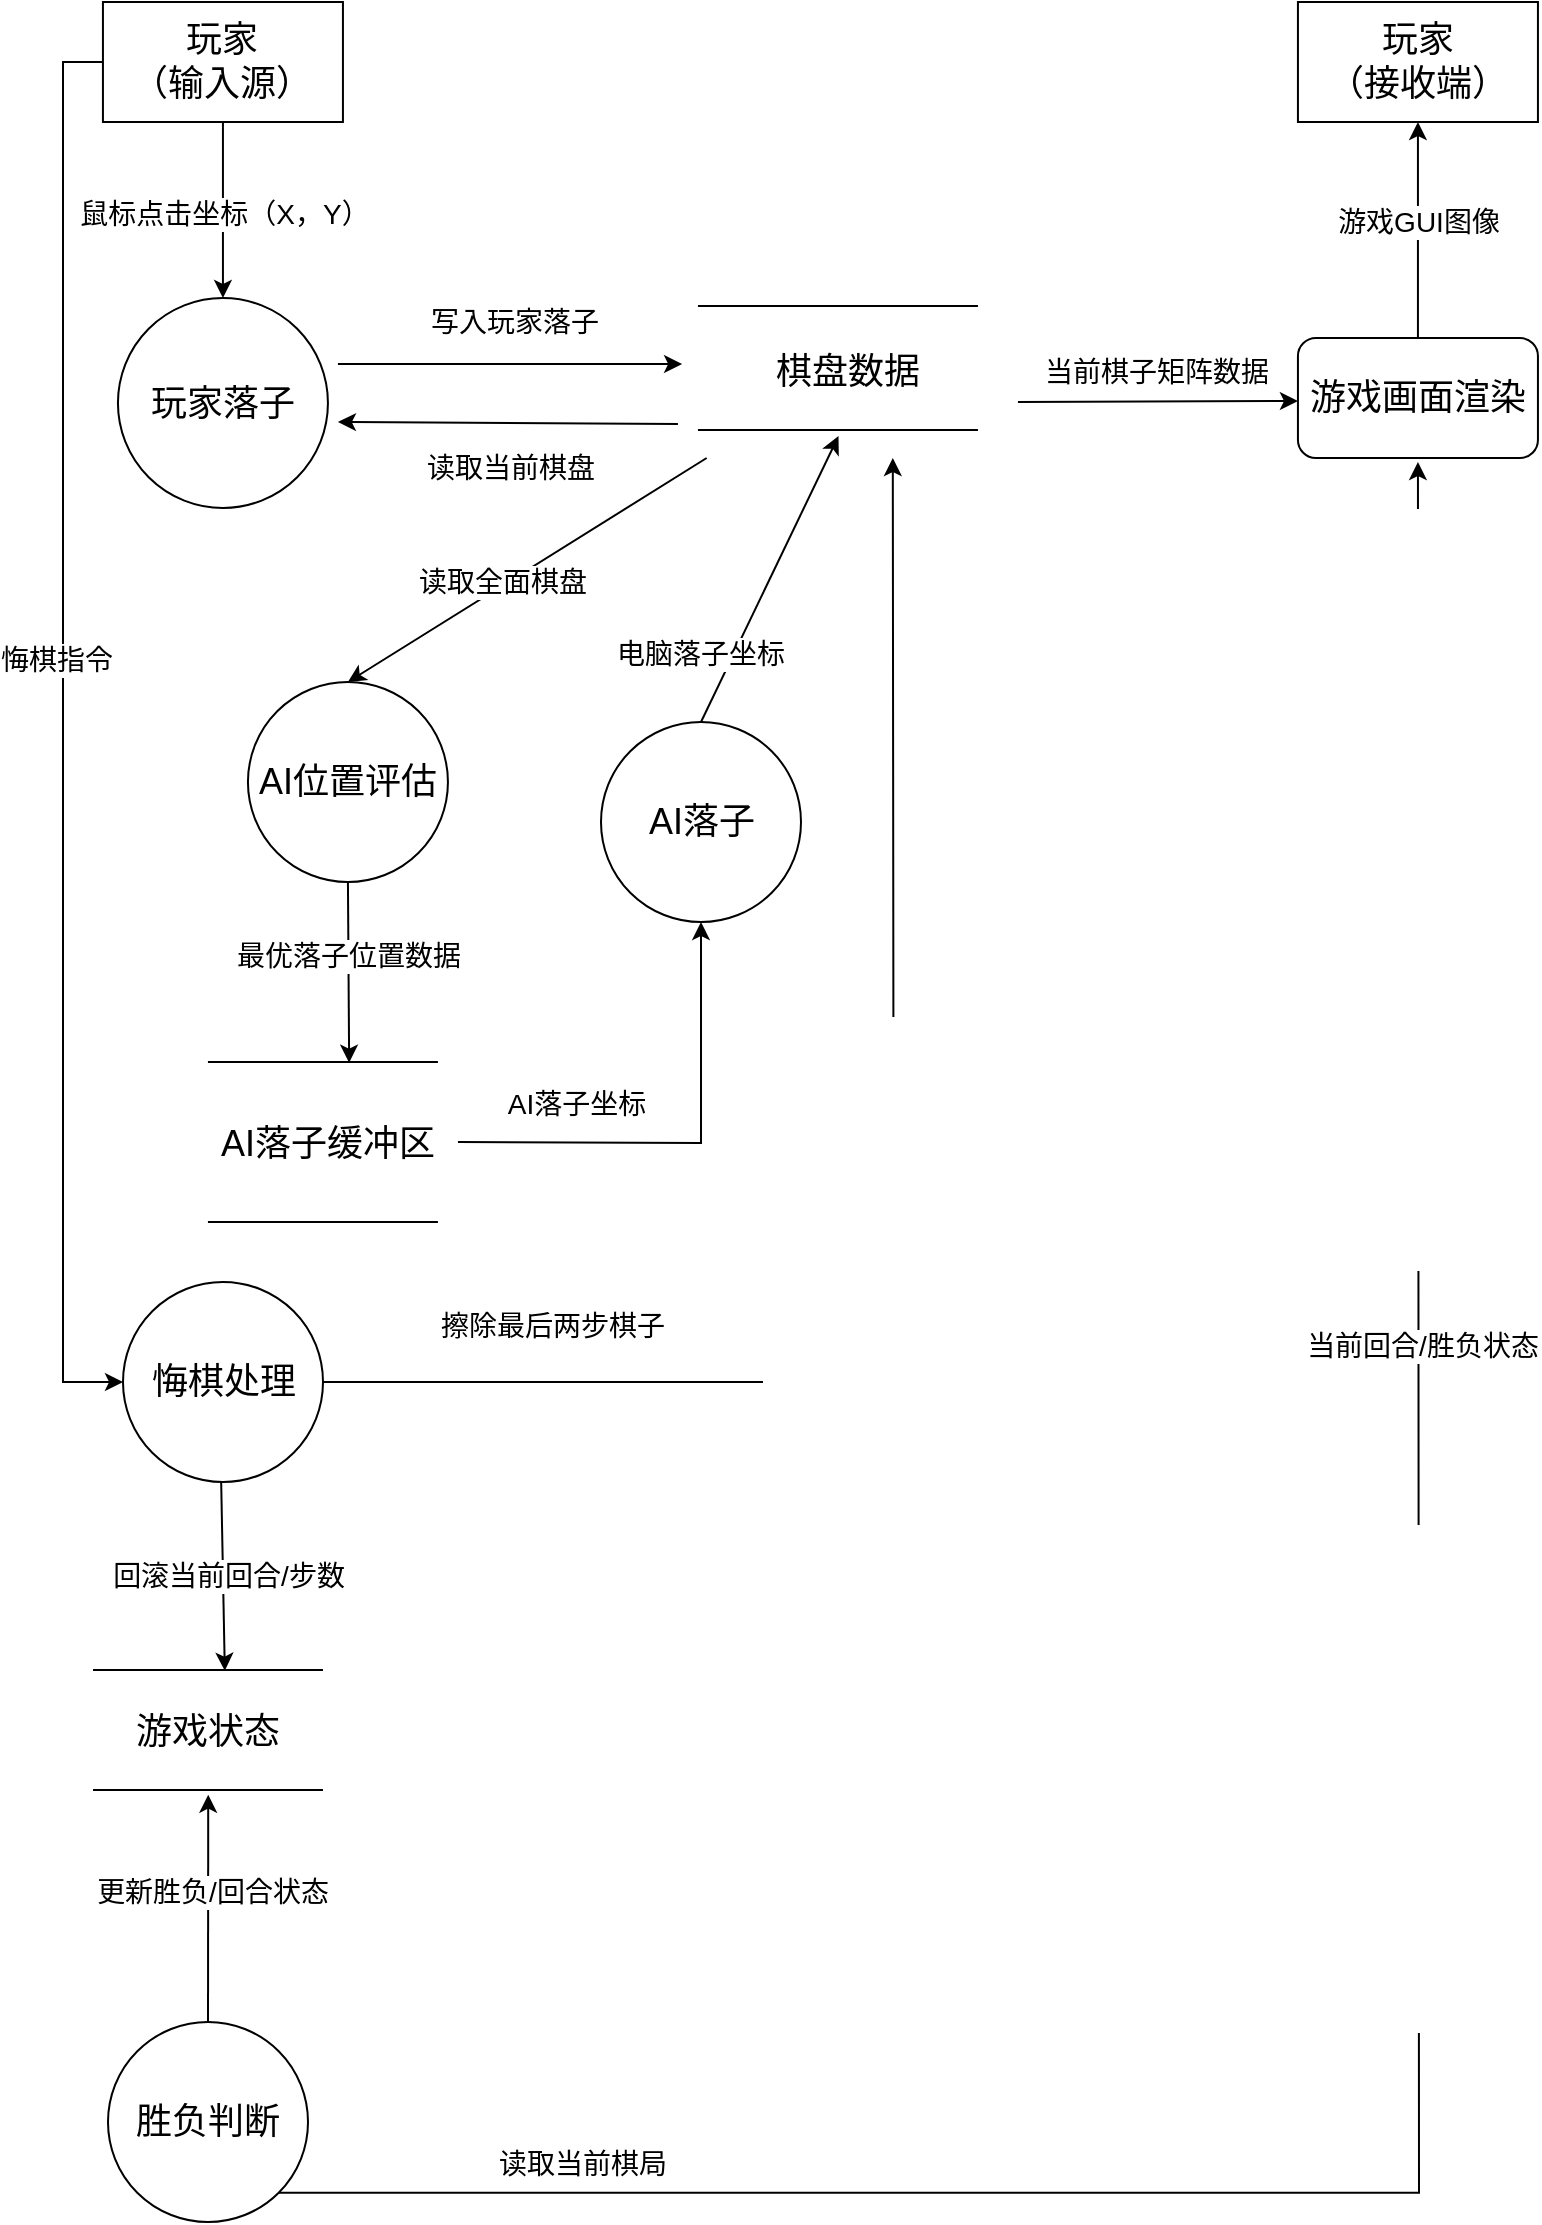
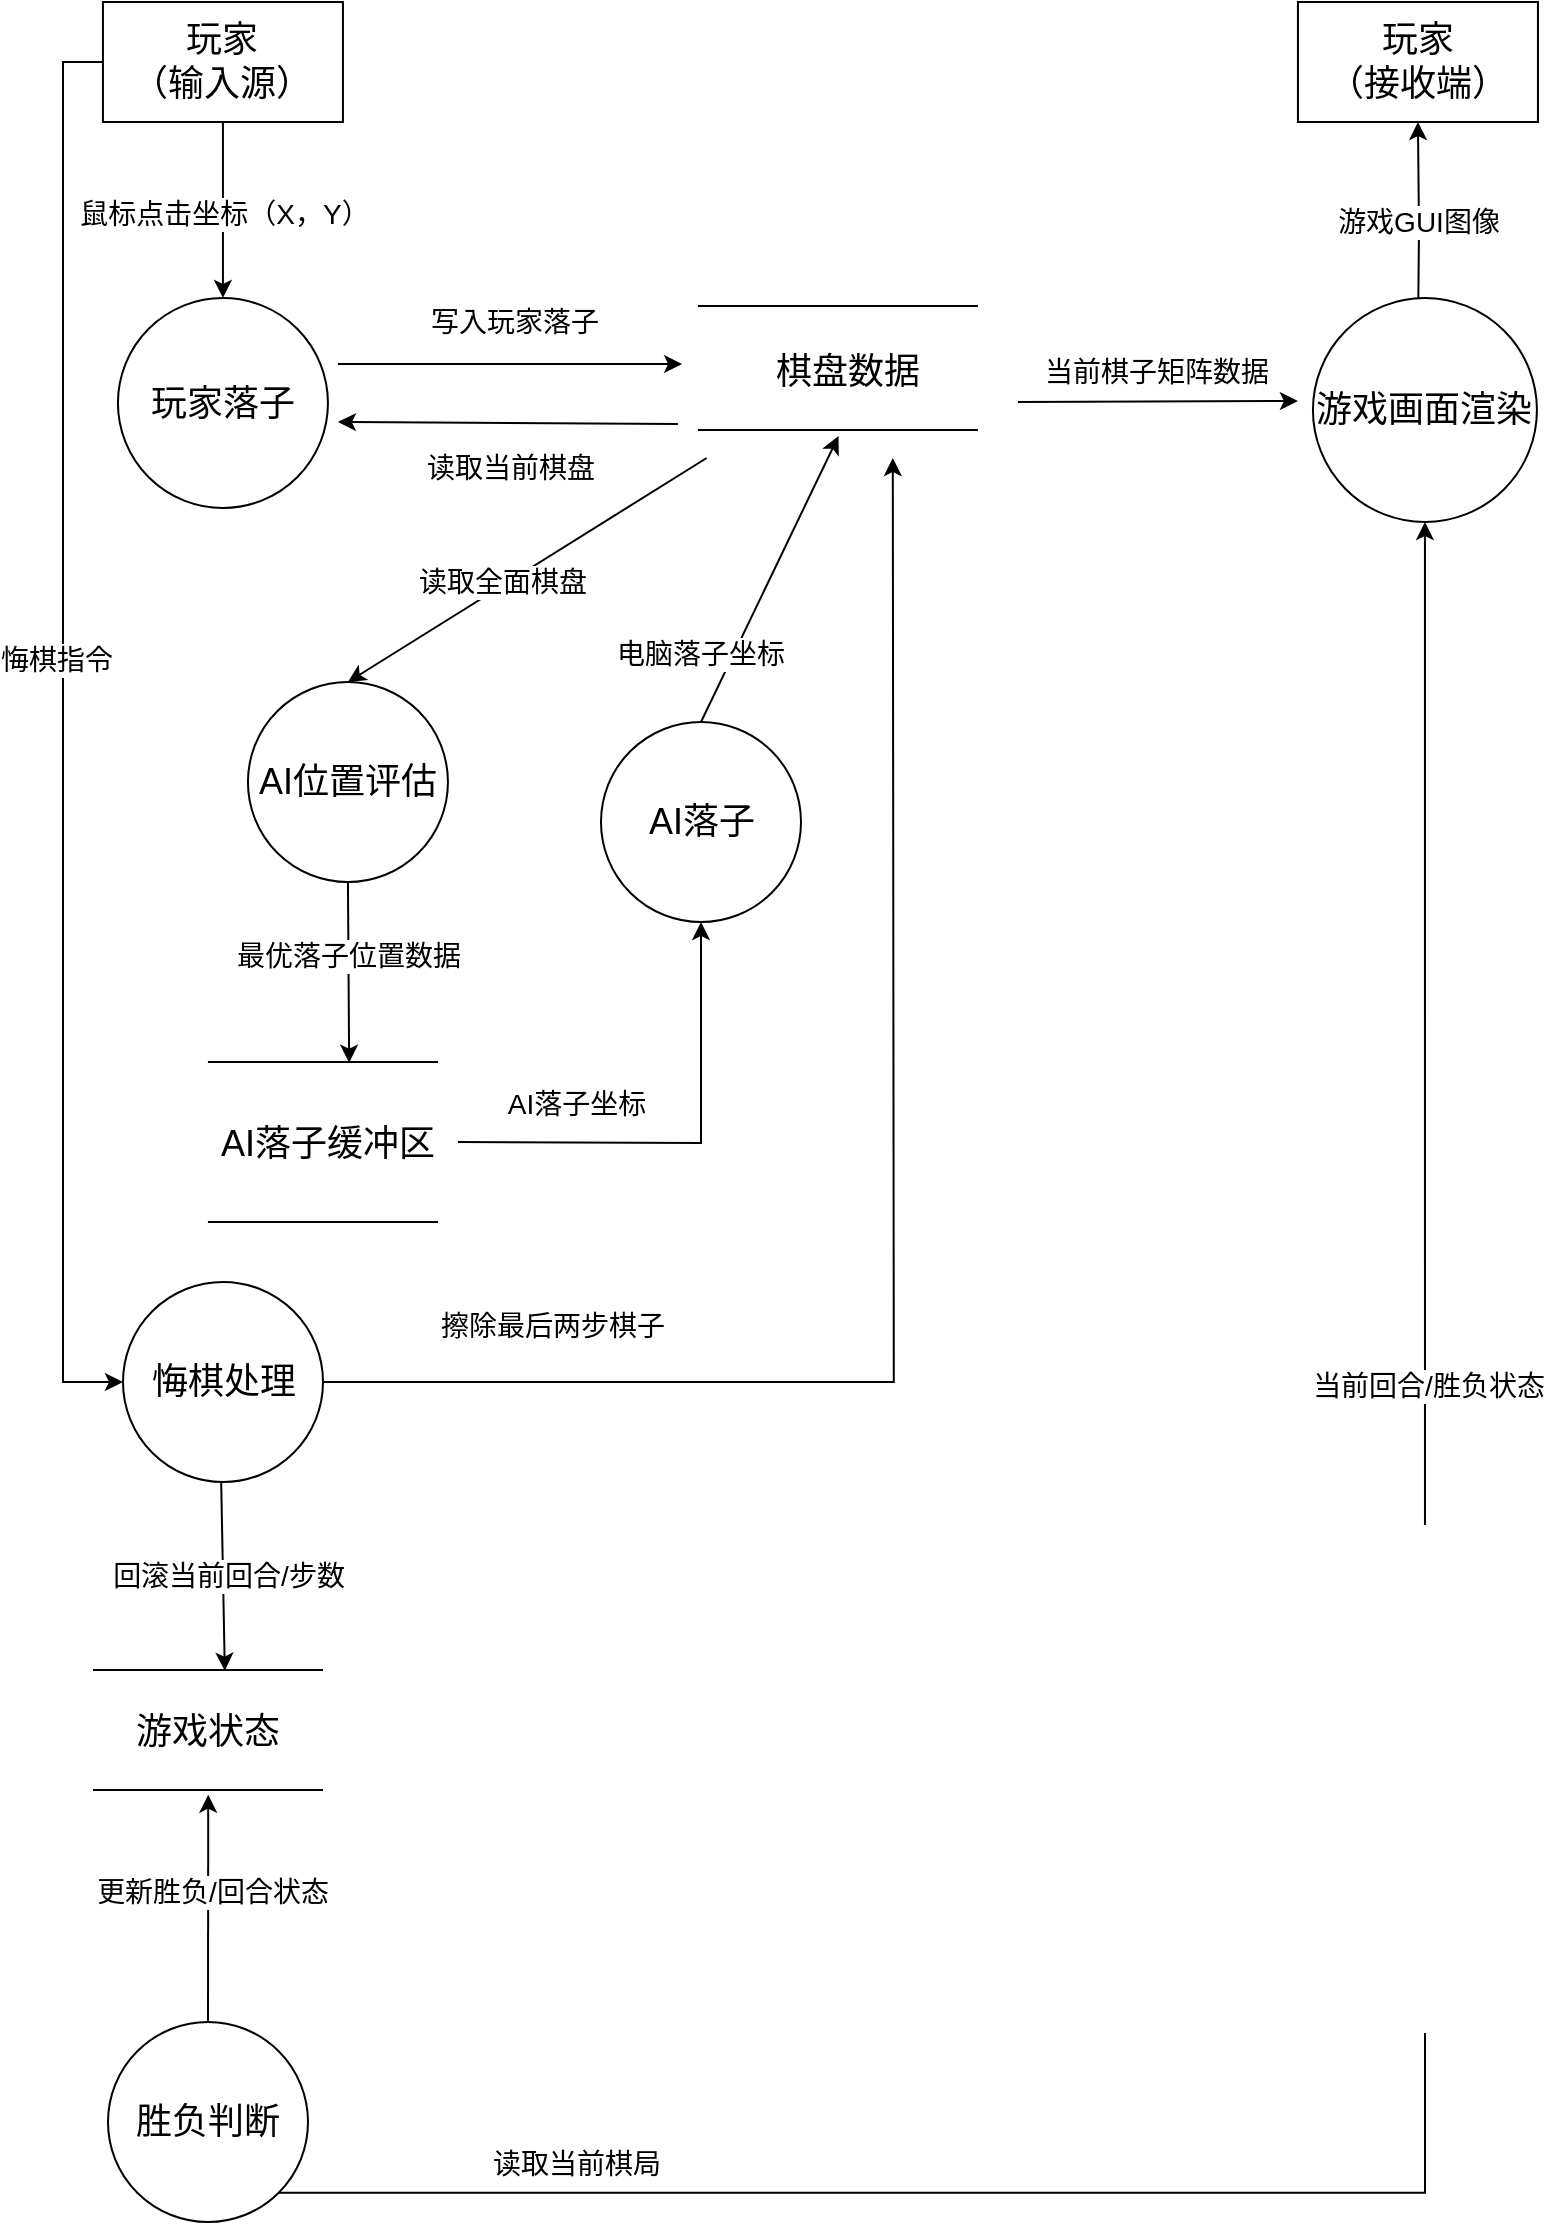
<mxfile host="app.diagrams.net">
  <diagram name="Page-1" id="hryGj0KzSXnJhMcqTr9-">
    <mxGraphModel dx="1201" dy="825" grid="1" gridSize="10" guides="1" tooltips="1" connect="1" arrows="1" fold="1" page="1" pageScale="1" pageWidth="827" pageHeight="1169" math="0" shadow="0">
      <root>
        <mxCell id="0" />
        <mxCell id="1" parent="0" />
        <mxCell id="fDHwApNMCYBN-XmplwMt-11" edge="1" parent="1" source="fDHwApNMCYBN-XmplwMt-3" style="edgeStyle=orthogonalEdgeStyle;rounded=0;orthogonalLoop=1;jettySize=auto;html=1;exitX=0.5;exitY=1;exitDx=0;exitDy=0;entryX=0.5;entryY=0;entryDx=0;entryDy=0;" target="SoA14i47H3jGXmkj97EN-22">
          <mxGeometry relative="1" as="geometry">
            <mxPoint x="93.97" y="200" as="targetPoint" />
          </mxGeometry>
        </mxCell>
        <mxCell id="fDHwApNMCYBN-XmplwMt-12" connectable="0" parent="fDHwApNMCYBN-XmplwMt-11" style="edgeLabel;html=1;align=center;verticalAlign=middle;resizable=0;points=[];" value="&lt;font style=&quot;font-size: 14px;&quot;&gt;鼠标点击坐标（X，Y）&lt;/font&gt;" vertex="1">
          <mxGeometry relative="1" x="0.0364" as="geometry">
            <mxPoint as="offset" />
          </mxGeometry>
        </mxCell>
        <mxCell id="SoA14i47H3jGXmkj97EN-53" edge="1" parent="1" source="fDHwApNMCYBN-XmplwMt-3" style="edgeStyle=orthogonalEdgeStyle;rounded=0;orthogonalLoop=1;jettySize=auto;html=1;exitX=0;exitY=0.5;exitDx=0;exitDy=0;entryX=0;entryY=0.5;entryDx=0;entryDy=0;" target="SoA14i47H3jGXmkj97EN-41">
          <mxGeometry relative="1" as="geometry" />
        </mxCell>
        <mxCell id="SoA14i47H3jGXmkj97EN-54" connectable="0" parent="SoA14i47H3jGXmkj97EN-53" style="edgeLabel;html=1;align=center;verticalAlign=middle;resizable=0;points=[];" value="&lt;font style=&quot;font-size: 14px;&quot;&gt;悔棋指令&lt;/font&gt;" vertex="1">
          <mxGeometry relative="1" x="-0.1018" y="-4" as="geometry">
            <mxPoint as="offset" />
          </mxGeometry>
        </mxCell>
        <mxCell id="fDHwApNMCYBN-XmplwMt-3" parent="1" style="rounded=0;whiteSpace=wrap;html=1;" value="&lt;font style=&quot;font-size: 18px;&quot;&gt;玩家&lt;/font&gt;&lt;div&gt;&lt;font style=&quot;font-size: 18px;&quot;&gt;（输入源）&lt;/font&gt;&lt;/div&gt;" vertex="1">
          <mxGeometry height="60" width="120" x="66.47" y="30" as="geometry" />
        </mxCell>
-         <mxCell id="SoA14i47H3jGXmkj97EN-37" edge="1" parent="1" source="fDHwApNMCYBN-XmplwMt-9" style="edgeStyle=orthogonalEdgeStyle;rounded=0;orthogonalLoop=1;jettySize=auto;html=1;exitX=0.5;exitY=0;exitDx=0;exitDy=0;entryX=0.5;entryY=1;entryDx=0;entryDy=0;" target="fDHwApNMCYBN-XmplwMt-10">
-           <mxGeometry relative="1" as="geometry" />
+         <mxCell id="SoA14i47H3jGXmkj97EN-37" edge="1" parent="1" style="edgeStyle=orthogonalEdgeStyle;rounded=0;orthogonalLoop=1;jettySize=auto;html=1;exitX=0.5;exitY=0;exitDx=0;exitDy=0;entryX=0.5;entryY=1;entryDx=0;entryDy=0;" target="fDHwApNMCYBN-XmplwMt-10">
+           <mxGeometry relative="1" as="geometry">
+             <mxPoint x="723.97" y="198" as="sourcePoint" />
+           </mxGeometry>
        </mxCell>
        <mxCell id="SoA14i47H3jGXmkj97EN-38" connectable="0" parent="SoA14i47H3jGXmkj97EN-37" style="edgeLabel;html=1;align=center;verticalAlign=middle;resizable=0;points=[];" value="&lt;font style=&quot;font-size: 14px;&quot;&gt;游戏GUI图像&lt;/font&gt;" vertex="1">
          <mxGeometry relative="1" x="0.0741" as="geometry">
            <mxPoint as="offset" />
          </mxGeometry>
-         </mxCell>
-         <mxCell id="fDHwApNMCYBN-XmplwMt-9" parent="1" style="rounded=1;whiteSpace=wrap;html=1;" value="&lt;font style=&quot;font-size: 18px;&quot;&gt;游戏画面渲染&lt;/font&gt;" vertex="1">
-           <mxGeometry height="60" width="120" x="663.97" y="198" as="geometry" />
        </mxCell>
        <mxCell id="fDHwApNMCYBN-XmplwMt-10" parent="1" style="rounded=0;whiteSpace=wrap;html=1;" value="&lt;span style=&quot;font-size: 18px;&quot;&gt;玩家&lt;/span&gt;&lt;div&gt;&lt;span style=&quot;font-size: 18px;&quot;&gt;（接收端）&lt;/span&gt;&lt;/div&gt;" vertex="1">
          <mxGeometry height="60" width="120" x="663.97" y="30" as="geometry" />
        </mxCell>
        <mxCell id="SoA14i47H3jGXmkj97EN-10" edge="1" parent="1" style="endArrow=classic;html=1;rounded=0;entryX=0.013;entryY=0.14;entryDx=0;entryDy=0;entryPerimeter=0;" value="">
          <mxGeometry height="50" relative="1" width="50" as="geometry">
            <mxPoint x="183.97" y="211" as="sourcePoint" />
            <mxPoint x="356.037" y="211" as="targetPoint" />
          </mxGeometry>
        </mxCell>
        <mxCell id="SoA14i47H3jGXmkj97EN-11" connectable="0" parent="SoA14i47H3jGXmkj97EN-10" style="edgeLabel;html=1;align=center;verticalAlign=middle;resizable=0;points=[];" value="&lt;font style=&quot;font-size: 14px;&quot;&gt;写入玩家落子&lt;/font&gt;" vertex="1">
          <mxGeometry relative="1" x="0.0202" y="1" as="geometry">
            <mxPoint y="-20" as="offset" />
          </mxGeometry>
        </mxCell>
        <mxCell id="SoA14i47H3jGXmkj97EN-12" edge="1" parent="1" style="endArrow=classic;html=1;rounded=0;exitX=0.925;exitY=0;exitDx=0;exitDy=0;exitPerimeter=0;" value="">
          <mxGeometry height="50" relative="1" width="50" as="geometry">
            <mxPoint x="353.96999999999997" y="241" as="sourcePoint" />
            <mxPoint x="183.97" y="240" as="targetPoint" />
          </mxGeometry>
        </mxCell>
        <mxCell id="SoA14i47H3jGXmkj97EN-13" connectable="0" parent="SoA14i47H3jGXmkj97EN-12" style="edgeLabel;html=1;align=center;verticalAlign=middle;resizable=0;points=[];" value="&lt;font style=&quot;font-size: 14px;&quot;&gt;读取当前棋盘&lt;/font&gt;&lt;div&gt;&lt;font style=&quot;font-size: 14px;&quot;&gt;&lt;br&gt;&lt;/font&gt;&lt;/div&gt;" vertex="1">
          <mxGeometry relative="1" x="0.0202" y="1" as="geometry">
            <mxPoint x="2" y="29" as="offset" />
          </mxGeometry>
        </mxCell>
        <mxCell id="SoA14i47H3jGXmkj97EN-14" edge="1" parent="1" style="endArrow=classic;html=1;rounded=0;exitX=0.355;exitY=0.958;exitDx=0;exitDy=0;exitPerimeter=0;entryX=0.5;entryY=0;entryDx=0;entryDy=0;" target="SoA14i47H3jGXmkj97EN-23" value="">
          <mxGeometry height="50" relative="1" width="50" as="geometry">
            <mxPoint x="368.3400000000001" y="258.00399999999996" as="sourcePoint" />
            <mxPoint x="178.5" y="370" as="targetPoint" />
          </mxGeometry>
        </mxCell>
        <mxCell id="SoA14i47H3jGXmkj97EN-15" connectable="0" parent="SoA14i47H3jGXmkj97EN-14" style="edgeLabel;html=1;align=center;verticalAlign=middle;resizable=0;points=[];" value="&lt;font style=&quot;font-size: 14px;&quot;&gt;读取全面棋盘&lt;/font&gt;" vertex="1">
          <mxGeometry relative="1" x="-0.1782" as="geometry">
            <mxPoint x="-29" y="16" as="offset" />
          </mxGeometry>
        </mxCell>
        <mxCell id="SoA14i47H3jGXmkj97EN-16" edge="1" parent="1" style="endArrow=classic;html=1;rounded=0;entryX=0.013;entryY=0.14;entryDx=0;entryDy=0;entryPerimeter=0;" value="">
          <mxGeometry height="50" relative="1" width="50" as="geometry">
            <mxPoint x="523.97" y="230" as="sourcePoint" />
            <mxPoint x="663.9670000000001" y="229.5" as="targetPoint" />
          </mxGeometry>
        </mxCell>
        <mxCell id="SoA14i47H3jGXmkj97EN-17" connectable="0" parent="SoA14i47H3jGXmkj97EN-16" style="edgeLabel;html=1;align=center;verticalAlign=middle;resizable=0;points=[];" value="&lt;span style=&quot;font-size: 14px;&quot;&gt;当前棋子矩阵数据&lt;/span&gt;" vertex="1">
          <mxGeometry relative="1" x="0.0202" y="1" as="geometry">
            <mxPoint x="-3" y="-14" as="offset" />
          </mxGeometry>
        </mxCell>
        <mxCell id="SoA14i47H3jGXmkj97EN-22" parent="1" style="ellipse;whiteSpace=wrap;html=1;aspect=fixed;" value="&lt;font style=&quot;font-size: 18px;&quot;&gt;玩家落子&lt;/font&gt;" vertex="1">
          <mxGeometry height="105" width="105" x="73.97" y="178" as="geometry" />
        </mxCell>
        <mxCell id="SoA14i47H3jGXmkj97EN-23" parent="1" style="ellipse;whiteSpace=wrap;html=1;aspect=fixed;" value="&lt;font style=&quot;font-size: 18px;&quot;&gt;AI位置评估&lt;/font&gt;" vertex="1">
          <mxGeometry height="100" width="100" x="138.97" y="370" as="geometry" />
        </mxCell>
        <mxCell id="SoA14i47H3jGXmkj97EN-24" parent="1" style="ellipse;whiteSpace=wrap;html=1;aspect=fixed;" value="&lt;font style=&quot;font-size: 18px;&quot;&gt;AI落子&lt;/font&gt;" vertex="1">
          <mxGeometry height="100" width="100" x="315.5" y="390" as="geometry" />
        </mxCell>
-         <mxCell id="SoA14i47H3jGXmkj97EN-39" edge="1" parent="1" source="SoA14i47H3jGXmkj97EN-25" style="edgeStyle=orthogonalEdgeStyle;rounded=0;orthogonalLoop=1;jettySize=auto;html=1;exitX=1;exitY=1;exitDx=0;exitDy=0;">
+         <mxCell id="SoA14i47H3jGXmkj97EN-39" edge="1" parent="1" source="SoA14i47H3jGXmkj97EN-25" style="edgeStyle=orthogonalEdgeStyle;rounded=0;orthogonalLoop=1;jettySize=auto;html=1;exitX=1;exitY=1;exitDx=0;exitDy=0;entryX=0.5;entryY=1;entryDx=0;entryDy=0;" target="SoA14i47H3jGXmkj97EN-64">
          <mxGeometry relative="1" as="geometry">
            <mxPoint x="723.97" y="260" as="targetPoint" />
          </mxGeometry>
        </mxCell>
        <mxCell id="SoA14i47H3jGXmkj97EN-40" connectable="0" parent="SoA14i47H3jGXmkj97EN-39" style="edgeLabel;html=1;align=center;verticalAlign=middle;resizable=0;points=[];" value="&lt;font style=&quot;font-size: 14px;&quot;&gt;当前回合/胜负状态&lt;/font&gt;" vertex="1">
          <mxGeometry relative="1" x="0.2828" y="-1" as="geometry">
            <mxPoint y="-73" as="offset" />
          </mxGeometry>
        </mxCell>
        <mxCell id="SoA14i47H3jGXmkj97EN-52" connectable="0" parent="SoA14i47H3jGXmkj97EN-39" style="edgeLabel;html=1;align=center;verticalAlign=middle;resizable=0;points=[];" value="&lt;font style=&quot;font-size: 14px;&quot;&gt;读取当前棋局&lt;/font&gt;" vertex="1">
          <mxGeometry relative="1" x="-0.7892" y="-2" as="geometry">
            <mxPoint y="-17" as="offset" />
          </mxGeometry>
        </mxCell>
        <mxCell id="SoA14i47H3jGXmkj97EN-60" edge="1" parent="1" source="SoA14i47H3jGXmkj97EN-25" style="rounded=0;orthogonalLoop=1;jettySize=auto;html=1;exitX=0.5;exitY=0;exitDx=0;exitDy=0;entryX=0.501;entryY=0.792;entryDx=0;entryDy=0;entryPerimeter=0;" target="SoA14i47H3jGXmkj97EN-50">
          <mxGeometry relative="1" as="geometry">
            <mxPoint x="501.5" y="930" as="targetPoint" />
          </mxGeometry>
        </mxCell>
        <mxCell id="SoA14i47H3jGXmkj97EN-61" connectable="0" parent="SoA14i47H3jGXmkj97EN-60" style="edgeLabel;html=1;align=center;verticalAlign=middle;resizable=0;points=[];" value="&lt;font style=&quot;font-size: 14px;&quot;&gt;更新胜负/回合状态&lt;/font&gt;" vertex="1">
          <mxGeometry relative="1" x="-0.1486" y="-2" as="geometry">
            <mxPoint y="-17" as="offset" />
          </mxGeometry>
        </mxCell>
        <mxCell id="SoA14i47H3jGXmkj97EN-25" parent="1" style="ellipse;whiteSpace=wrap;html=1;aspect=fixed;" value="&lt;font style=&quot;font-size: 18px;&quot;&gt;胜负判断&lt;/font&gt;" vertex="1">
          <mxGeometry height="100" width="100" x="68.99999999999994" y="1040" as="geometry" />
        </mxCell>
        <mxCell id="SoA14i47H3jGXmkj97EN-27" parent="1" style="line;strokeWidth=1;fillColor=none;align=left;verticalAlign=middle;spacingTop=-1;spacingLeft=3;spacingRight=3;rotatable=0;labelPosition=right;points=[];portConstraint=eastwest;strokeColor=inherit;" value="" vertex="1">
          <mxGeometry height="8" width="140" x="363.96999999999997" y="178" as="geometry" />
        </mxCell>
        <mxCell id="SoA14i47H3jGXmkj97EN-28" parent="1" style="line;strokeWidth=1;fillColor=none;align=left;verticalAlign=middle;spacingTop=-1;spacingLeft=3;spacingRight=3;rotatable=0;labelPosition=right;points=[];portConstraint=eastwest;strokeColor=inherit;" value="" vertex="1">
          <mxGeometry height="8" width="140" x="363.96999999999997" y="240" as="geometry" />
        </mxCell>
        <mxCell id="SoA14i47H3jGXmkj97EN-29" parent="1" style="text;html=1;whiteSpace=wrap;strokeColor=none;fillColor=none;align=center;verticalAlign=middle;rounded=0;" value="&lt;font style=&quot;font-size: 18px;&quot;&gt;棋盘数据&lt;/font&gt;" vertex="1">
          <mxGeometry height="30" width="110" x="383.96999999999997" y="200" as="geometry" />
        </mxCell>
        <mxCell id="SoA14i47H3jGXmkj97EN-33" edge="1" parent="1" style="rounded=0;orthogonalLoop=1;jettySize=auto;html=1;entryX=0.5;entryY=1;entryDx=0;entryDy=0;edgeStyle=orthogonalEdgeStyle;" target="SoA14i47H3jGXmkj97EN-24">
          <mxGeometry relative="1" as="geometry">
            <mxPoint x="243.97" y="600" as="sourcePoint" />
          </mxGeometry>
        </mxCell>
        <mxCell id="SoA14i47H3jGXmkj97EN-34" connectable="0" parent="SoA14i47H3jGXmkj97EN-33" style="edgeLabel;html=1;align=center;verticalAlign=middle;resizable=0;points=[];" value="&lt;font style=&quot;font-size: 14px;&quot;&gt;AI落子坐标&lt;/font&gt;" vertex="1">
          <mxGeometry relative="1" x="0.0204" y="5" as="geometry">
            <mxPoint x="-60" y="-15" as="offset" />
          </mxGeometry>
        </mxCell>
        <mxCell id="SoA14i47H3jGXmkj97EN-31" edge="1" parent="1" source="SoA14i47H3jGXmkj97EN-23" style="endArrow=classic;html=1;rounded=0;entryX=0.614;entryY=0.542;entryDx=0;entryDy=0;exitX=0.5;exitY=1;exitDx=0;exitDy=0;entryPerimeter=0;" target="SoA14i47H3jGXmkj97EN-42" value="">
          <mxGeometry height="50" relative="1" width="50" as="geometry">
            <mxPoint x="451.90299999999996" y="310" as="sourcePoint" />
            <mxPoint x="88.97" y="550" as="targetPoint" />
          </mxGeometry>
        </mxCell>
        <mxCell id="SoA14i47H3jGXmkj97EN-32" connectable="0" parent="SoA14i47H3jGXmkj97EN-31" style="edgeLabel;html=1;align=center;verticalAlign=middle;resizable=0;points=[];" value="&lt;span style=&quot;font-size: 14px;&quot;&gt;最优落子位置数据&lt;/span&gt;" vertex="1">
          <mxGeometry relative="1" x="-0.1782" as="geometry">
            <mxPoint as="offset" />
          </mxGeometry>
        </mxCell>
        <mxCell id="SoA14i47H3jGXmkj97EN-35" edge="1" parent="1" source="SoA14i47H3jGXmkj97EN-24" style="rounded=0;orthogonalLoop=1;jettySize=auto;html=1;exitX=0.5;exitY=0;exitDx=0;exitDy=0;entryX=0.502;entryY=0.875;entryDx=0;entryDy=0;entryPerimeter=0;" target="SoA14i47H3jGXmkj97EN-28">
          <mxGeometry relative="1" as="geometry" />
        </mxCell>
        <mxCell id="SoA14i47H3jGXmkj97EN-36" connectable="0" parent="SoA14i47H3jGXmkj97EN-35" style="edgeLabel;html=1;align=center;verticalAlign=middle;resizable=0;points=[];" value="&lt;span style=&quot;font-size: 14px;&quot;&gt;电脑落子坐标&lt;/span&gt;" vertex="1">
          <mxGeometry relative="1" x="-0.0044" y="1" as="geometry">
            <mxPoint x="-34" y="37" as="offset" />
          </mxGeometry>
        </mxCell>
        <mxCell id="SoA14i47H3jGXmkj97EN-55" edge="1" parent="1" source="SoA14i47H3jGXmkj97EN-41" style="edgeStyle=orthogonalEdgeStyle;rounded=0;orthogonalLoop=1;jettySize=auto;html=1;exitX=1;exitY=0.5;exitDx=0;exitDy=0;">
          <mxGeometry relative="1" as="geometry">
            <mxPoint x="211.5" y="748" as="sourcePoint" />
            <mxPoint x="461.4" y="258" as="targetPoint" />
          </mxGeometry>
        </mxCell>
        <mxCell id="SoA14i47H3jGXmkj97EN-57" connectable="0" parent="SoA14i47H3jGXmkj97EN-55" style="edgeLabel;html=1;align=center;verticalAlign=middle;resizable=0;points=[];" value="&lt;font style=&quot;font-size: 14px;&quot;&gt;擦除最后两步棋子&lt;/font&gt;" vertex="1">
          <mxGeometry relative="1" x="-0.6914" y="3" as="geometry">
            <mxPoint x="-1" y="-25" as="offset" />
          </mxGeometry>
        </mxCell>
        <mxCell id="SoA14i47H3jGXmkj97EN-58" edge="1" parent="1" style="rounded=0;orthogonalLoop=1;jettySize=auto;html=1;exitX=0.5;exitY=1;exitDx=0;exitDy=0;entryX=0.581;entryY=0.542;entryDx=0;entryDy=0;entryPerimeter=0;">
          <mxGeometry relative="1" as="geometry">
            <mxPoint x="125.59" y="770" as="sourcePoint" />
            <mxPoint x="127.40500000000006" y="864.336" as="targetPoint" />
          </mxGeometry>
        </mxCell>
        <mxCell id="SoA14i47H3jGXmkj97EN-59" connectable="0" parent="SoA14i47H3jGXmkj97EN-58" style="edgeLabel;html=1;align=center;verticalAlign=middle;resizable=0;points=[];" value="&lt;font style=&quot;font-size: 14px;&quot;&gt;回滚当前回合/步数&lt;/font&gt;" vertex="1">
          <mxGeometry relative="1" x="0.2601" y="2" as="geometry">
            <mxPoint y="-13" as="offset" />
          </mxGeometry>
        </mxCell>
        <mxCell id="SoA14i47H3jGXmkj97EN-41" parent="1" style="ellipse;whiteSpace=wrap;html=1;aspect=fixed;" value="&lt;font style=&quot;font-size: 18px;&quot;&gt;悔棋处理&lt;/font&gt;" vertex="1">
          <mxGeometry height="100" width="100" x="76.5" y="670" as="geometry" />
        </mxCell>
        <mxCell id="SoA14i47H3jGXmkj97EN-42" parent="1" style="line;strokeWidth=1;fillColor=none;align=left;verticalAlign=middle;spacingTop=-1;spacingLeft=3;spacingRight=3;rotatable=0;labelPosition=right;points=[];portConstraint=eastwest;strokeColor=inherit;" value="" vertex="1">
          <mxGeometry height="8" width="115" x="118.97" y="556" as="geometry" />
        </mxCell>
        <mxCell id="SoA14i47H3jGXmkj97EN-43" parent="1" style="line;strokeWidth=1;fillColor=none;align=left;verticalAlign=middle;spacingTop=-1;spacingLeft=3;spacingRight=3;rotatable=0;labelPosition=right;points=[];portConstraint=eastwest;strokeColor=inherit;" value="" vertex="1">
          <mxGeometry height="8" width="115" x="118.97" y="636" as="geometry" />
        </mxCell>
        <mxCell id="SoA14i47H3jGXmkj97EN-44" parent="1" style="text;html=1;whiteSpace=wrap;strokeColor=none;fillColor=none;align=center;verticalAlign=middle;rounded=0;" value="&lt;span style=&quot;font-size: 18px;&quot;&gt;AI落子缓冲区&lt;/span&gt;" vertex="1">
          <mxGeometry height="30" width="110" x="123.97" y="586" as="geometry" />
        </mxCell>
        <mxCell id="SoA14i47H3jGXmkj97EN-49" parent="1" style="line;strokeWidth=1;fillColor=none;align=left;verticalAlign=middle;spacingTop=-1;spacingLeft=3;spacingRight=3;rotatable=0;labelPosition=right;points=[];portConstraint=eastwest;strokeColor=inherit;" value="" vertex="1">
          <mxGeometry height="8" width="115" x="61.5" y="860" as="geometry" />
        </mxCell>
        <mxCell id="SoA14i47H3jGXmkj97EN-50" parent="1" style="line;strokeWidth=1;fillColor=none;align=left;verticalAlign=middle;spacingTop=-1;spacingLeft=3;spacingRight=3;rotatable=0;labelPosition=right;points=[];portConstraint=eastwest;strokeColor=inherit;" value="" vertex="1">
          <mxGeometry height="8" width="115" x="61.5" y="920" as="geometry" />
        </mxCell>
        <mxCell id="SoA14i47H3jGXmkj97EN-51" parent="1" style="text;html=1;whiteSpace=wrap;strokeColor=none;fillColor=none;align=center;verticalAlign=middle;rounded=0;" value="&lt;span style=&quot;font-size: 18px;&quot;&gt;游戏状态&lt;/span&gt;" vertex="1">
          <mxGeometry height="30" width="110" x="64" y="880" as="geometry" />
+         </mxCell>
+         <mxCell id="SoA14i47H3jGXmkj97EN-64" parent="1" style="ellipse;whiteSpace=wrap;html=1;aspect=fixed;" value="&lt;font style=&quot;font-size: 18px;&quot;&gt;游戏画面渲染&lt;/font&gt;" vertex="1">
+           <mxGeometry height="112" width="112" x="671.47" y="178" as="geometry" />
        </mxCell>
      </root>
    </mxGraphModel>
  </diagram>
</mxfile>
